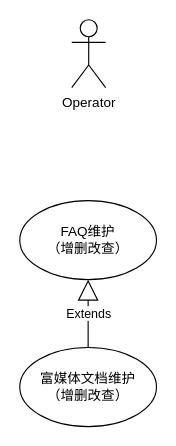
Earlier version of the draw.io diagram 宇视云App之FAQ用例视图.drawio (HuaHero/OnLineFaq). Source tidied: cells renumbered, new cells numbered last; positions are measured from the earlier drawing's top-left corner, leaving out a move shared by most shapes. Both pictures are drawn from the tidied source at 113%, with x=0, y=0 at pixel (19, 19).
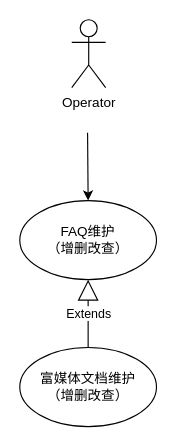
The same page after the edit.

Commit message (it also covers changes not shown here):
更新宇视云App之FAQ用例视图.drawio

What changed in the source:
```diff
@@
 <mxGraphModel>
   <root>
     <mxCell id="0" />
     <mxCell id="1" parent="0" />
     <mxCell id="2" value="Operator" style="shape=umlActor;verticalLabelPosition=bottom;verticalAlign=top;html=1;" parent="1" vertex="1">
       <mxGeometry x="46" width="30" height="60" as="geometry" />
     </mxCell>
     <mxCell id="3" value="FAQ维护&lt;div&gt;（增删改查）&lt;/div&gt;" style="ellipse;whiteSpace=wrap;html=1;" parent="1" vertex="1">
       <mxGeometry y="160" width="121" height="70" as="geometry" />
     </mxCell>
     <mxCell id="4" value="富媒体文档维护&lt;div&gt;（增删改查）&lt;/div&gt;" style="ellipse;whiteSpace=wrap;html=1;" parent="1" vertex="1">
       <mxGeometry y="290" width="121" height="70" as="geometry" />
     </mxCell>
     <mxCell id="5" value="Extends" style="endArrow=block;endSize=16;endFill=0;html=1;rounded=0;entryX=0.5;entryY=1;entryDx=0;entryDy=0;exitX=0.5;exitY=0;exitDx=0;exitDy=0;" parent="1" edge="1" source="4" target="3">
       <mxGeometry relative="1" as="geometry" />
     </mxCell>
+    <mxCell id="6" style="endArrow=classic;html=1;rounded=0;entryX=0.5;entryY=0;entryDx=0;entryDy=0;" parent="1" edge="1" target="3">
+      <mxGeometry relative="1" as="geometry">
+        <mxPoint x="60" y="100" as="sourcePoint" />
+      </mxGeometry>
+    </mxCell>
   </root>
 </mxGraphModel>
```
